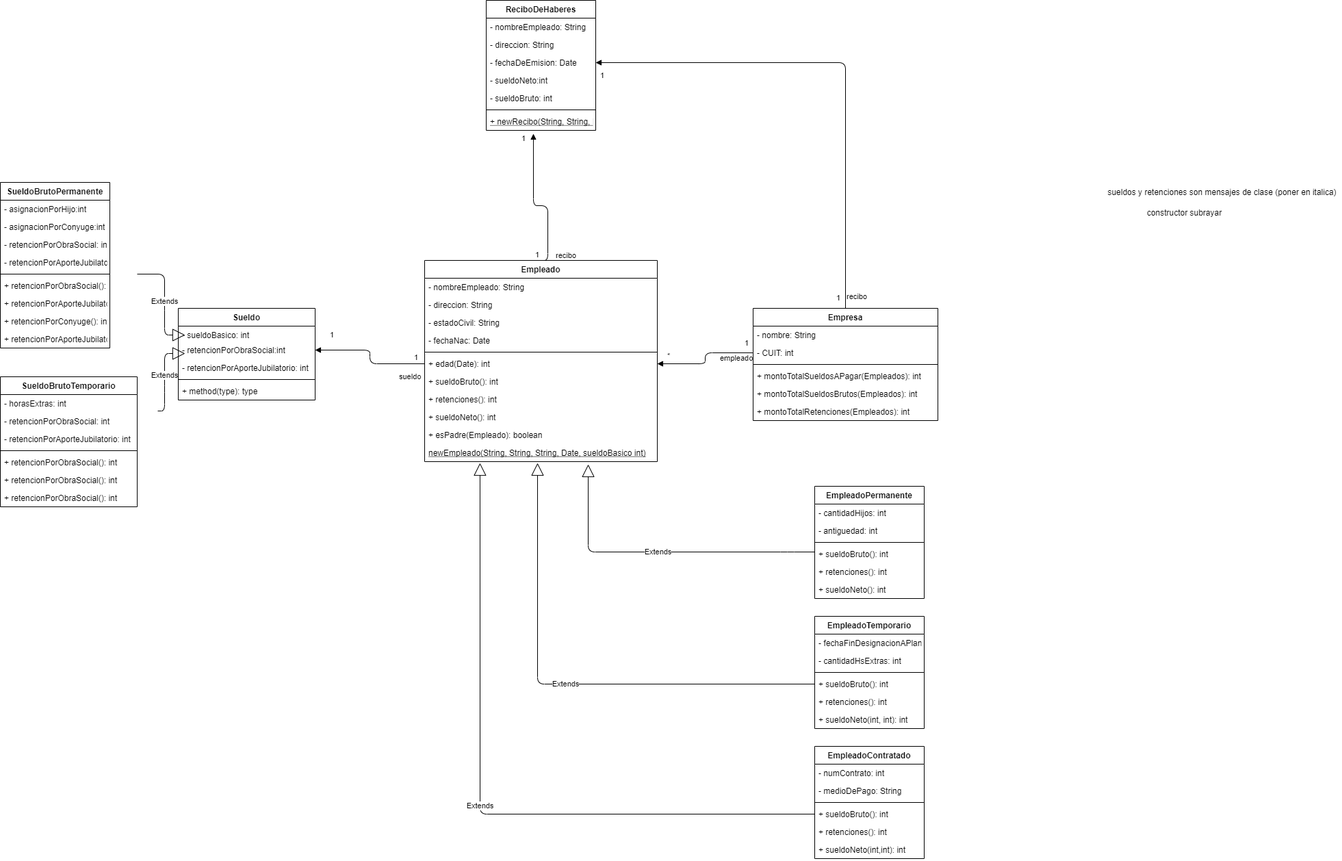
The draw.io diagram src/ar/edu/unq/po2/TP2 - UML.png in CarlosAlbertoBarria/unqui-poo2-barria, before a commit. Source tidied: cells renumbered, new cells last; positions are measured from the earlier drawing's top-left corner, leaving out a move shared by most shapes.
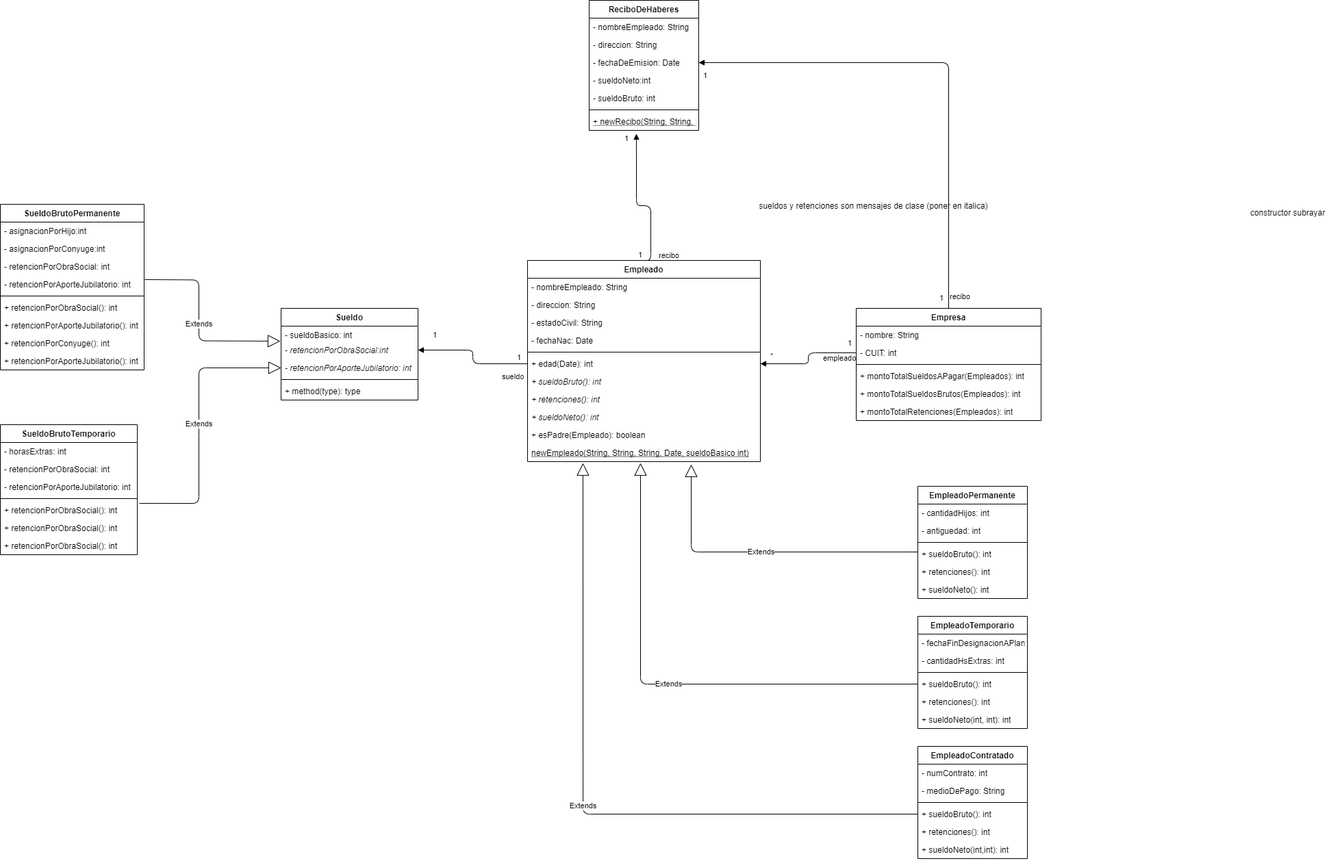
The same file after the commit.

Diff of the diagram source:
```diff
@@ -12,27 +12,23 @@
       </mxGeometry>
     </mxCell>
     <mxCell id="3" value="sueldos y retenciones son mensajes de clase (poner en italica)" style="text;html=1;align=center;verticalAlign=middle;fillColor=none;strokeColor=none;rounded=0;" parent="1" vertex="1">
-      <mxGeometry x="1610" y="270" width="350" height="20" as="geometry" />
+      <mxGeometry x="950" y="290" width="350" height="20" as="geometry" />
     </mxCell>
-    <mxCell id="4" value="Extends" style="endArrow=block;endSize=16;endFill=0;html=1;" parent="1" edge="1">
+    <mxCell id="4" value="Extends" style="endArrow=block;endSize=16;endFill=0;html=1;exitX=1.005;exitY=0.231;exitDx=0;exitDy=0;exitPerimeter=0;entryX=-0.005;entryY=0;entryDx=0;entryDy=0;entryPerimeter=0;" parent="1" edge="1" source="47" target="31">
       <mxGeometry relative="1" as="geometry">
-        <mxPoint x="200" y="400" as="sourcePoint" />
-        <mxPoint x="270" y="489" as="targetPoint" />
         <Array as="points">
-          <mxPoint x="240" y="400" />
-          <mxPoint x="240" y="443" />
-          <mxPoint x="240" y="489" />
+          <mxPoint x="140" y="408.5" />
+          <mxPoint x="140" y="451.5" />
+          <mxPoint x="140" y="497.5" />
         </Array>
       </mxGeometry>
     </mxCell>
-    <mxCell id="5" value="Extends" style="endArrow=block;endSize=16;endFill=0;html=1;" parent="1" edge="1">
+    <mxCell id="5" value="Extends" style="endArrow=block;endSize=16;endFill=0;html=1;exitX=1.015;exitY=0.115;exitDx=0;exitDy=0;exitPerimeter=0;entryX=0;entryY=0.5;entryDx=0;entryDy=0;" parent="1" edge="1" source="40" target="32">
       <mxGeometry relative="1" as="geometry">
-        <mxPoint x="230" y="600" as="sourcePoint" />
-        <mxPoint x="270" y="516" as="targetPoint" />
         <Array as="points">
-          <mxPoint x="240" y="600" />
-          <mxPoint x="240" y="563" />
-          <mxPoint x="240" y="516" />
+          <mxPoint x="140" y="735" />
+          <mxPoint x="140" y="627" />
+          <mxPoint x="140" y="537" />
         </Array>
       </mxGeometry>
     </mxCell>
@@ -124,10 +120,10 @@
     <mxCell id="30" value="- sueldoBasico: int" style="text;strokeColor=none;fillColor=none;align=left;verticalAlign=top;spacingLeft=4;spacingRight=4;overflow=hidden;" parent="29" vertex="1">
       <mxGeometry y="26" width="200" height="22" as="geometry" />
     </mxCell>
-    <mxCell id="31" value="- retencionPorObraSocial:int" style="text;strokeColor=none;fillColor=none;align=left;verticalAlign=top;spacingLeft=4;spacingRight=4;overflow=hidden;points=[[0,0.5],[1,0.5]];portConstraint=eastwest;" parent="29" vertex="1">
+    <mxCell id="31" value="- retencionPorObraSocial:int" style="text;strokeColor=none;fillColor=none;align=left;verticalAlign=top;spacingLeft=4;spacingRight=4;overflow=hidden;points=[[0,0.5],[1,0.5]];portConstraint=eastwest;fontStyle=2;" parent="29" vertex="1">
       <mxGeometry y="48" width="200" height="26" as="geometry" />
     </mxCell>
-    <mxCell id="32" value="- retencionPorAporteJubilatorio: int" style="text;strokeColor=none;fillColor=none;align=left;verticalAlign=top;spacingLeft=4;spacingRight=4;overflow=hidden;points=[[0,0.5],[1,0.5]];portConstraint=eastwest;" parent="29" vertex="1">
+    <mxCell id="32" value="- retencionPorAporteJubilatorio: int" style="text;strokeColor=none;fillColor=none;align=left;verticalAlign=top;spacingLeft=4;spacingRight=4;overflow=hidden;points=[[0,0.5],[1,0.5]];portConstraint=eastwest;fontStyle=2;" parent="29" vertex="1">
       <mxGeometry y="74" width="200" height="26" as="geometry" />
     </mxCell>
     <mxCell id="33" style="line;strokeWidth=1;fillColor=none;align=left;verticalAlign=middle;spacingTop=-1;spacingLeft=3;spacingRight=3;labelPosition=right;" parent="29" vertex="1">
@@ -137,7 +133,7 @@
       <mxGeometry y="108" width="200" height="26" as="geometry" />
     </mxCell>
     <mxCell id="35" value="SueldoBrutoTemporario" style="swimlane;fontStyle=1;align=center;verticalAlign=top;horizontal=1;startSize=26;" parent="1" vertex="1">
-      <mxGeometry y="550" width="200" height="190" as="geometry" />
+      <mxGeometry x="-150" y="620" width="200" height="190" as="geometry" />
     </mxCell>
     <mxCell id="36" value="- horasExtras: int" style="text;strokeColor=none;fillColor=none;align=left;verticalAlign=top;spacingLeft=4;spacingRight=4;overflow=hidden;" parent="35" vertex="1">
       <mxGeometry y="26" width="200" height="26" as="geometry" />
@@ -161,34 +157,34 @@
       <mxGeometry y="164" width="200" height="26" as="geometry" />
     </mxCell>
     <mxCell id="43" value="SueldoBrutoPermanente" style="swimlane;fontStyle=1;align=center;verticalAlign=top;horizontal=1;startSize=26;" parent="1" vertex="1">
-      <mxGeometry y="266" width="160" height="242" as="geometry" />
+      <mxGeometry x="-150" y="298" width="210" height="242" as="geometry" />
     </mxCell>
     <mxCell id="44" value="- asignacionPorHijo:int" style="text;strokeColor=none;fillColor=none;align=left;verticalAlign=top;spacingLeft=4;spacingRight=4;overflow=hidden;" parent="43" vertex="1">
-      <mxGeometry y="26" width="160" height="26" as="geometry" />
+      <mxGeometry y="26" width="210" height="26" as="geometry" />
     </mxCell>
     <mxCell id="45" value="- asignacionPorConyuge:int" style="text;strokeColor=none;fillColor=none;align=left;verticalAlign=top;spacingLeft=4;spacingRight=4;overflow=hidden;" parent="43" vertex="1">
-      <mxGeometry y="52" width="160" height="26" as="geometry" />
+      <mxGeometry y="52" width="210" height="26" as="geometry" />
     </mxCell>
     <mxCell id="46" value="- retencionPorObraSocial: int" style="text;strokeColor=none;fillColor=none;align=left;verticalAlign=top;spacingLeft=4;spacingRight=4;overflow=hidden;" parent="43" vertex="1">
-      <mxGeometry y="78" width="160" height="26" as="geometry" />
+      <mxGeometry y="78" width="210" height="26" as="geometry" />
     </mxCell>
     <mxCell id="47" value="- retencionPorAporteJubilatorio: int" style="text;strokeColor=none;fillColor=none;align=left;verticalAlign=top;spacingLeft=4;spacingRight=4;overflow=hidden;points=[[0,0.5],[1,0.5]];portConstraint=eastwest;" parent="43" vertex="1">
-      <mxGeometry y="104" width="160" height="26" as="geometry" />
+      <mxGeometry y="104" width="210" height="26" as="geometry" />
     </mxCell>
     <mxCell id="48" style="line;strokeWidth=1;fillColor=none;align=left;verticalAlign=middle;spacingTop=-1;spacingLeft=3;spacingRight=3;labelPosition=right;" parent="43" vertex="1">
-      <mxGeometry y="130" width="160" height="8" as="geometry" />
+      <mxGeometry y="130" width="210" height="8" as="geometry" />
     </mxCell>
     <mxCell id="49" value="+ retencionPorObraSocial(): int" style="text;strokeColor=none;fillColor=none;align=left;verticalAlign=top;spacingLeft=4;spacingRight=4;overflow=hidden;" parent="43" vertex="1">
-      <mxGeometry y="138" width="160" height="26" as="geometry" />
+      <mxGeometry y="138" width="210" height="26" as="geometry" />
     </mxCell>
     <mxCell id="50" value="+ retencionPorAporteJubilatorio(): int" style="text;strokeColor=none;fillColor=none;align=left;verticalAlign=top;spacingLeft=4;spacingRight=4;overflow=hidden;" parent="43" vertex="1">
-      <mxGeometry y="164" width="160" height="26" as="geometry" />
+      <mxGeometry y="164" width="210" height="26" as="geometry" />
     </mxCell>
     <mxCell id="51" value="+ retencionPorConyuge(): int" style="text;strokeColor=none;fillColor=none;align=left;verticalAlign=top;spacingLeft=4;spacingRight=4;overflow=hidden;" parent="43" vertex="1">
-      <mxGeometry y="190" width="160" height="26" as="geometry" />
+      <mxGeometry y="190" width="210" height="26" as="geometry" />
     </mxCell>
     <mxCell id="52" value="+ retencionPorAporteJubilatorio(): int" style="text;strokeColor=none;fillColor=none;align=left;verticalAlign=top;spacingLeft=4;spacingRight=4;overflow=hidden;" parent="43" vertex="1">
-      <mxGeometry y="216" width="160" height="26" as="geometry" />
+      <mxGeometry y="216" width="210" height="26" as="geometry" />
     </mxCell>
     <mxCell id="53" value="Empresa" style="swimlane;fontStyle=1;align=center;verticalAlign=top;horizontal=1;startSize=26;" parent="1" vertex="1">
       <mxGeometry x="1100" y="450" width="270" height="164" as="geometry" />
@@ -256,13 +252,13 @@
     <mxCell id="74" value="+ edad(Date): int" style="text;strokeColor=none;fillColor=none;align=left;verticalAlign=top;spacingLeft=4;spacingRight=4;overflow=hidden;points=[[0,0.5],[1,0.5]];portConstraint=eastwest;" parent="68" vertex="1">
       <mxGeometry y="138" width="340" height="26" as="geometry" />
     </mxCell>
-    <mxCell id="75" value="+ sueldoBruto(): int" style="text;strokeColor=none;fillColor=none;align=left;verticalAlign=top;spacingLeft=4;spacingRight=4;overflow=hidden;" parent="68" vertex="1">
+    <mxCell id="75" value="+ sueldoBruto(): int" style="text;strokeColor=none;fillColor=none;align=left;verticalAlign=top;spacingLeft=4;spacingRight=4;overflow=hidden;fontStyle=2;" parent="68" vertex="1">
       <mxGeometry y="164" width="340" height="26" as="geometry" />
     </mxCell>
-    <mxCell id="76" value="+ retenciones(): int" style="text;strokeColor=none;fillColor=none;align=left;verticalAlign=top;spacingLeft=4;spacingRight=4;overflow=hidden;" parent="68" vertex="1">
+    <mxCell id="76" value="+ retenciones(): int" style="text;strokeColor=none;fillColor=none;align=left;verticalAlign=top;spacingLeft=4;spacingRight=4;overflow=hidden;fontStyle=2;" parent="68" vertex="1">
       <mxGeometry y="190" width="340" height="26" as="geometry" />
     </mxCell>
-    <mxCell id="77" value="+ sueldoNeto(): int" style="text;strokeColor=none;fillColor=none;align=left;verticalAlign=top;spacingLeft=4;spacingRight=4;overflow=hidden;" parent="68" vertex="1">
+    <mxCell id="77" value="+ sueldoNeto(): int" style="text;strokeColor=none;fillColor=none;align=left;verticalAlign=top;spacingLeft=4;spacingRight=4;overflow=hidden;fontStyle=2;" parent="68" vertex="1">
       <mxGeometry y="216" width="340" height="26" as="geometry" />
     </mxCell>
     <mxCell id="78" value="+ esPadre(Empleado): boolean" style="text;strokeColor=none;fillColor=none;align=left;verticalAlign=top;spacingLeft=4;spacingRight=4;overflow=hidden;" parent="68" vertex="1">
```
